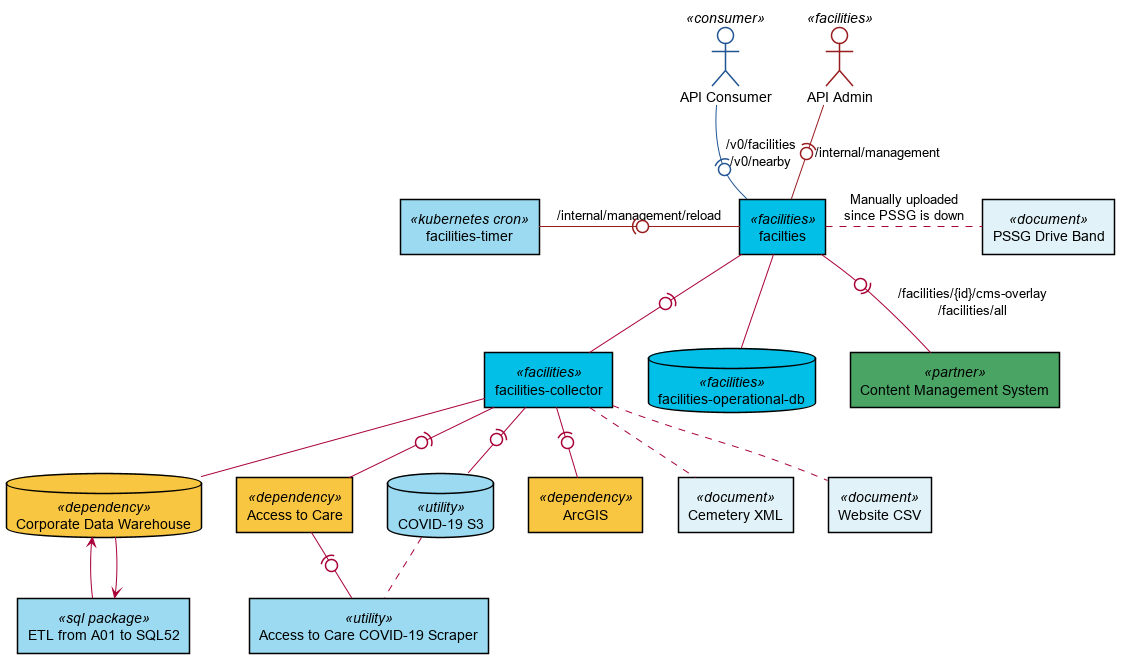
swirtSJW/lighthouse-facilities keeps this PlantUML diagram as src/plantuml/system-components.png. Above is the earlier version.
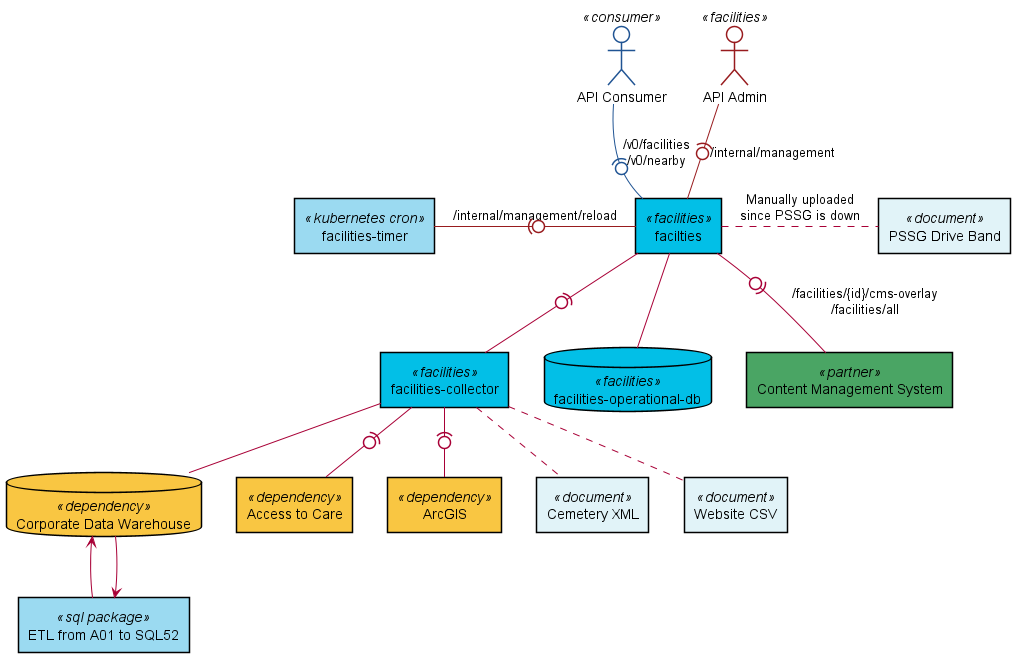
After the change.

Change to the diagram source:
```diff
@@ -13,11 +13,8 @@
 C .. WCSV
 C -(0- ATC
 C -(0- ARCGIS
-C -(0- COVID19S3
 ETL -up-> CDW
 ETL <-down- CDW
-SCRAPER -up(0- ATC
-SCRAPER .up. COVID19S3
 
 CMS -(0- F : /facilities/{id}/cms-overlay\n/facilities/all
 CMS -[hidden]up- F
```
